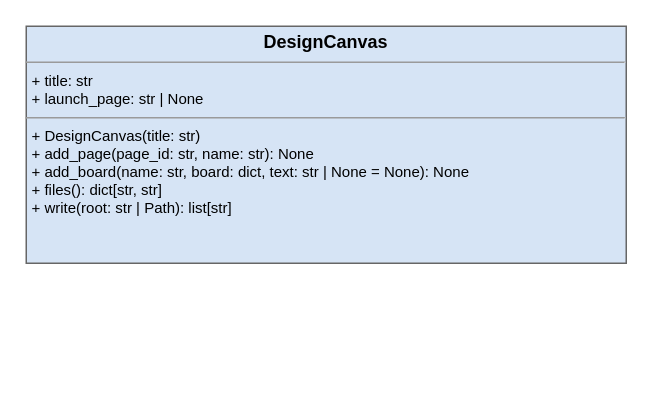
The draw.io diagram page "harness/design_canvas" (14 of 30) of .context/model/repo-model.drawio in abd-works/abd-context-driven-delivery, before the edit. Source tidied: cells renumbered, new cells numbered last; positions are measured from the earlier drawing's top-left corner, leaving out a move shared by most shapes. Both pictures are drawn from the tidied source at 150%, with x=0, y=0 at pixel (26, 26).
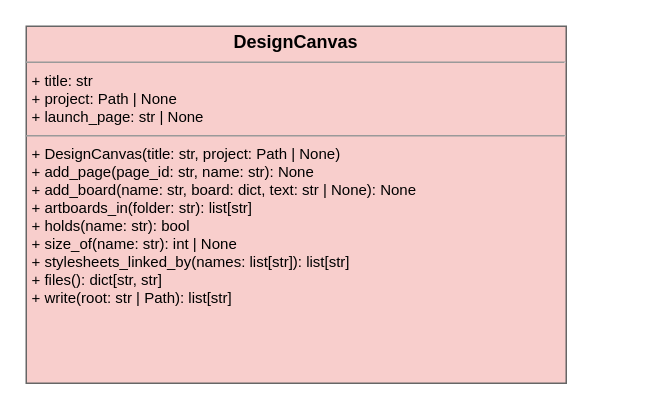
After the change.

What changed in the source:
```diff
@@
 <mxGraphModel>
   <root>
     <mxCell id="0" />
     <mxCell id="1" parent="0" />
-    <mxCell id="2" value="&lt;p style=&quot;margin:0px;margin-top:4px;text-align:center;&quot;&gt;&lt;b&gt;DesignCanvas&lt;/b&gt;&lt;/p&gt;&lt;hr size=&quot;1&quot;/&gt;&lt;p style=&quot;margin:0px;margin-left:4px;font-size:10px;&quot;&gt;+ title: str&lt;br/&gt;+ launch_page: str | None&lt;br/&gt;&lt;/p&gt;&lt;hr size=&quot;1&quot;/&gt;&lt;p style=&quot;margin:0px;margin-left:4px;font-size:10px;&quot;&gt;+ DesignCanvas(title: str)&lt;br/&gt;+ add_page(page_id: str, name: str): None&lt;br/&gt;+ add_board(name: str, board: dict, text: str | None = None): None&lt;br/&gt;+ files(): dict[str, str]&lt;br/&gt;+ write(root: str | Path): list[str]&lt;br/&gt;&lt;/p&gt;" style="verticalAlign=top;align=left;overflow=fill;fontSize=12;fontFamily=Helvetica;html=1;whiteSpace=wrap;fillColor=#d6e4f5;strokeColor=#666666;module=harness/design_canvas;" parent="1" vertex="1">
-      <mxGeometry width="400" height="158" as="geometry" />
-    </mxCell>
+    <mxCell id="3" value="&lt;p style=&quot;margin:0px;margin-top:4px;text-align:center;&quot;&gt;&lt;b&gt;DesignCanvas&lt;/b&gt;&lt;/p&gt;&lt;hr size=&quot;1&quot;/&gt;&lt;p style=&quot;margin:0px;margin-left:4px;font-size:10px;&quot;&gt;+ title: str&lt;br/&gt;+ project: Path | None&lt;br/&gt;+ launch_page: str | None&lt;br/&gt;&lt;/p&gt;&lt;hr size=&quot;1&quot;/&gt;&lt;p style=&quot;margin:0px;margin-left:4px;font-size:10px;&quot;&gt;+ DesignCanvas(title: str, project: Path | None)&lt;br/&gt;+ add_page(page_id: str, name: str): None&lt;br/&gt;+ add_board(name: str, board: dict, text: str | None): None&lt;br/&gt;+ artboards_in(folder: str): list[str]&lt;br/&gt;+ holds(name: str): bool&lt;br/&gt;+ size_of(name: str): int | None&lt;br/&gt;+ stylesheets_linked_by(names: list[str]): list[str]&lt;br/&gt;+ files(): dict[str, str]&lt;br/&gt;+ write(root: str | Path): list[str]&lt;br/&gt;&lt;/p&gt;" style="verticalAlign=top;align=left;overflow=fill;fontSize=12;fontFamily=Helvetica;html=1;whiteSpace=wrap;fillColor=#f8cecc;strokeColor=#666666;module=harness/design_canvas;" parent="1" vertex="1">
+      <mxGeometry width="360" height="238" as="geometry" />
+    </mxCell>
   </root>
 </mxGraphModel>
```
